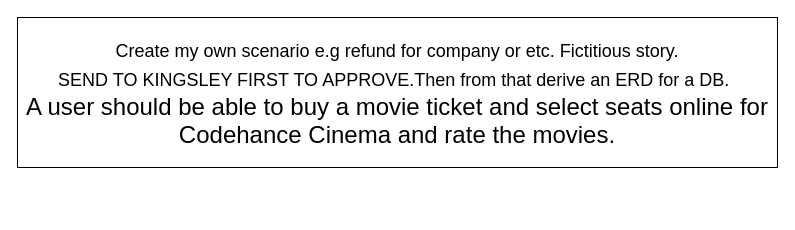
Before: page "Assignment" (3 of 7) of Hotel Rating ER.drawio in Kascod/first-repo, a draw.io diagram. Source tidied: cells renumbered, new cells numbered last; positions are measured from the earlier drawing's top-left corner, leaving out a move shared by most shapes. Both pictures are drawn from the tidied source at 100%, with x=0, y=0 at pixel (17, 17).
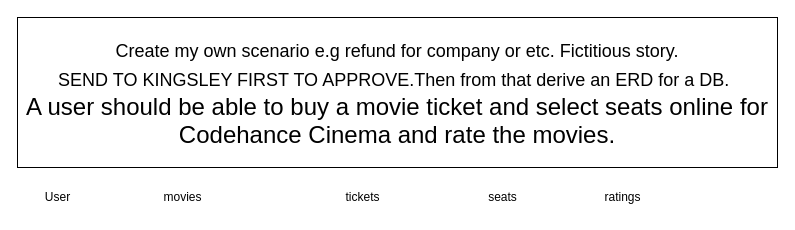
The same diagram, later.

The edit, as a diff of the source:
```diff
@@
 <mxGraphModel>
   <root>
     <mxCell id="0" />
     <mxCell id="1" parent="0" />
     <mxCell id="2" value="&lt;font style=&quot;font-size: 18px;&quot;&gt;Create my own scenario e.g refund for company or etc. Fictitious story. &lt;br&gt;SEND TO KINGSLEY FIRST TO APPROVE.Then from that derive an ERD for a DB.&lt;/font&gt;&amp;nbsp;&lt;br&gt;A user should be able to buy a movie ticket and select seats online for Codehance Cinema and rate the movies." style="whiteSpace=wrap;html=1;fontSize=24;" parent="1" vertex="1">
       <mxGeometry width="760" height="150" as="geometry" />
     </mxCell>
+    <mxCell id="3" value="User" style="text;html=1;align=center;verticalAlign=middle;strokeColor=none;fillColor=none;" parent="1" vertex="1">
+      <mxGeometry x="15" y="165" width="50" height="30" as="geometry" />
+    </mxCell>
+    <mxCell id="4" value="ratings" style="text;html=1;align=center;verticalAlign=middle;strokeColor=none;fillColor=none;" parent="1" vertex="1">
+      <mxGeometry x="575" y="165" width="60" height="30" as="geometry" />
+    </mxCell>
+    <mxCell id="5" value="movies" style="text;html=1;align=center;verticalAlign=middle;strokeColor=none;fillColor=none;" parent="1" vertex="1">
+      <mxGeometry x="135" y="165" width="60" height="30" as="geometry" />
+    </mxCell>
+    <mxCell id="6" value="tickets" style="text;html=1;align=center;verticalAlign=middle;strokeColor=none;fillColor=none;" parent="1" vertex="1">
+      <mxGeometry x="315" y="165" width="60" height="30" as="geometry" />
+    </mxCell>
+    <mxCell id="7" value="seats" style="text;html=1;align=center;verticalAlign=middle;strokeColor=none;fillColor=none;" parent="1" vertex="1">
+      <mxGeometry x="460" y="165" width="50" height="30" as="geometry" />
+    </mxCell>
   </root>
 </mxGraphModel>
```
